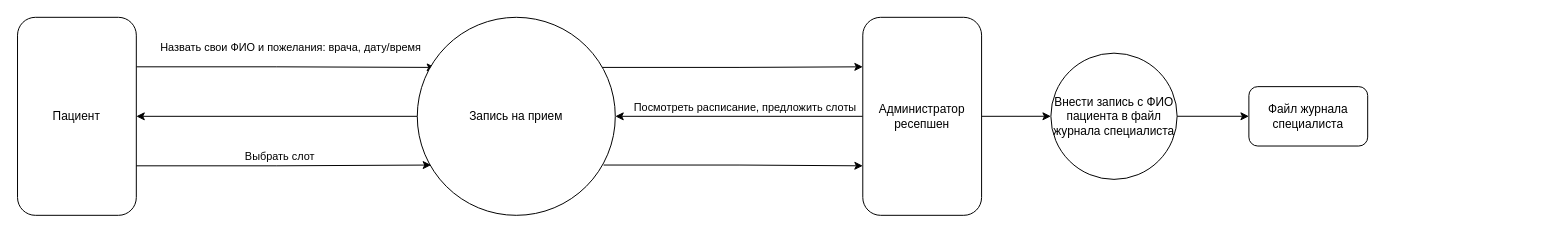
kelwar/architecture-medikamente keeps this draw.io diagram as Task1/patient_book.drawio. Above is the earlier version. Source tidied: cells renumbered, new cells numbered last; positions are measured from the earlier drawing's top-left corner, leaving out a move shared by most shapes. Both pictures are drawn from the tidied source at 99%, with x=0, y=0 at pixel (17, 17).
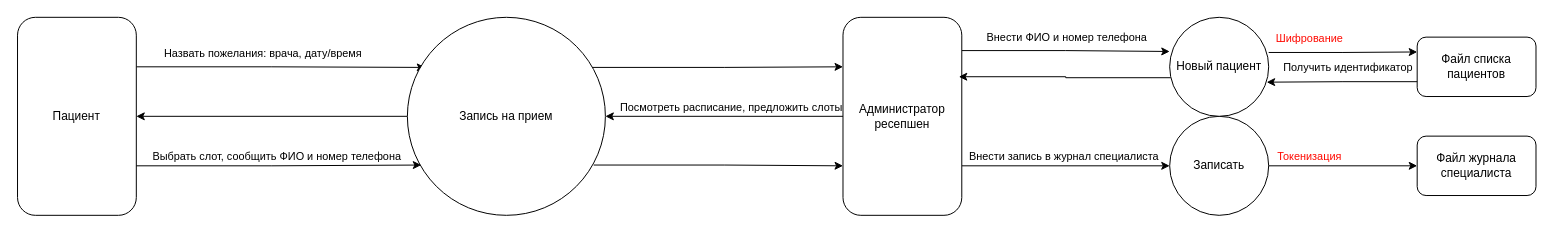
Above is the later version.

The change refers to these unchanged cells:
```xml
<mxCell id="2" style="edgeStyle=orthogonalEdgeStyle;rounded=0;jettySize=auto;html=1;exitX=1;exitY=0.25;exitDx=0;exitDy=0;entryX=0.09;entryY=0.253;entryDx=0;entryDy=0;entryPerimeter=0;" parent="1" edge="1" source="4" target="15">
  <mxGeometry relative="1" as="geometry" />
</mxCell>
<mxCell id="16" style="edgeStyle=orthogonalEdgeStyle;rounded=0;jettySize=auto;html=1;exitX=1;exitY=0.75;exitDx=0;exitDy=0;entryX=0.07;entryY=0.746;entryDx=0;entryDy=0;entryPerimeter=0;" parent="1" edge="1" source="4" target="15">
  <mxGeometry relative="1" as="geometry" />
</mxCell>
```

The edit, as a diff of the source:
```diff
@@
-    <mxCell id="3" value="Назвать свои ФИО и пожелания: врача, дату/время" style="edgeLabel;html=1;align=center;verticalAlign=middle;convertToSvg=0;" parent="2" vertex="1">
+    <mxCell id="3" value="Назвать пожелания: врача, дату/время" style="edgeLabel;html=1;align=center;verticalAlign=middle;convertToSvg=0;" parent="2" vertex="1">
       <mxGeometry x="-0.5" y="2" relative="1" as="geometry">
-        <mxPoint x="79" y="-18" as="offset" />
+        <mxPoint x="54" y="-12" as="offset" />
       </mxGeometry>
     </mxCell>
@@
-    <mxCell id="7" style="edgeStyle=orthogonalEdgeStyle;rounded=0;jettySize=auto;html=1;exitX=1;exitY=0.5;exitDx=0;exitDy=0;entryX=0;entryY=0.5;entryDx=0;entryDy=0;" parent="1" edge="1" source="8" target="10">
+    <mxCell id="7" style="edgeStyle=orthogonalEdgeStyle;rounded=0;jettySize=auto;html=1;exitX=1;exitY=0.75;exitDx=0;exitDy=0;entryX=0;entryY=0.5;entryDx=0;entryDy=0;" parent="1" edge="1" source="8" target="10">
       <mxGeometry relative="1" as="geometry" />
     </mxCell>
+    <mxCell id="18" value="Токенизация" style="edgeLabel;html=1;align=center;verticalAlign=middle;fontColor=#FF0A02;" parent="7" vertex="1">
+      <mxGeometry x="-0.67" y="3" relative="1" as="geometry">
+        <mxPoint x="315" y="-7" as="offset" />
+      </mxGeometry>
+    </mxCell>
+    <mxCell id="19" value="Внести запись в журнал специалиста" style="edgeLabel;html=1;align=center;verticalAlign=middle;" parent="7" vertex="1">
+      <mxGeometry x="-0.76" y="-1" relative="1" as="geometry">
+        <mxPoint x="77" y="-11" as="offset" />
+      </mxGeometry>
+    </mxCell>
+    <mxCell id="20" style="edgeStyle=orthogonalEdgeStyle;rounded=0;jettySize=auto;html=1;exitX=1;exitY=0.168;exitDx=0;exitDy=0;exitPerimeter=0;entryX=0;entryY=0.345;entryDx=0;entryDy=0;entryPerimeter=0;" parent="1" edge="1" source="8" target="24">
+      <mxGeometry relative="1" as="geometry" />
+    </mxCell>
+    <mxCell id="21" value="Внести ФИО и номер телефона" style="edgeLabel;html=1;align=center;verticalAlign=middle;" parent="20" vertex="1">
+      <mxGeometry x="-0.67" y="2" relative="1" as="geometry">
+        <mxPoint x="70" y="-12" as="offset" />
+      </mxGeometry>
+    </mxCell>
     <mxCell id="8" value="Администратор ресепшен" style="rounded=1;whiteSpace=wrap;html=1;" parent="1" vertex="1">
-      <mxGeometry x="854" width="120" height="200" as="geometry" />
+      <mxGeometry x="834" width="120" height="200" as="geometry" />
     </mxCell>
@@
-    <mxCell id="10" value="Внести запись с ФИО пациента в файл журнала специалиста" style="ellipse;whiteSpace=wrap;html=1;" parent="1" vertex="1">
-      <mxGeometry x="1044" y="36.2" width="127.5" height="127.5" as="geometry" />
+    <mxCell id="10" value="Записать" style="ellipse;whiteSpace=wrap;html=1;" parent="1" vertex="1">
+      <mxGeometry x="1164" y="100" width="100" height="100" as="geometry" />
     </mxCell>
     <mxCell id="11" value="Файл журнала специалиста" style="rounded=1;whiteSpace=wrap;html=1;" parent="1" vertex="1">
-      <mxGeometry x="1244" y="70" width="120" height="60" as="geometry" />
+      <mxGeometry x="1414" y="120" width="120" height="60" as="geometry" />
     </mxCell>
@@
     <mxCell id="15" value="Запись на прием" style="ellipse;whiteSpace=wrap;html=1;" parent="1" vertex="1">
-      <mxGeometry x="404" width="200" height="200" as="geometry" />
+      <mxGeometry x="394" width="200" height="200" as="geometry" />
     </mxCell>
@@
-    <mxCell id="17" value="Выбрать слот" style="edgeLabel;html=1;align=center;verticalAlign=middle;" parent="16" vertex="1">
+    <mxCell id="17" value="Выбрать слот, сообщить ФИО и номер телефона" style="edgeLabel;html=1;align=center;verticalAlign=middle;" parent="16" vertex="1">
       <mxGeometry x="-0.52" y="2" relative="1" as="geometry">
         <mxPoint x="72" y="-8" as="offset" />
       </mxGeometry>
     </mxCell>
+    <mxCell id="22" style="edgeStyle=orthogonalEdgeStyle;rounded=0;jettySize=auto;html=1;exitX=1;exitY=0.355;exitDx=0;exitDy=0;entryX=0;entryY=0.25;entryDx=0;entryDy=0;exitPerimeter=0;" parent="1" edge="1" source="24" target="25">
+      <mxGeometry relative="1" as="geometry" />
+    </mxCell>
+    <mxCell id="23" value="Шифрование" style="edgeLabel;html=1;align=center;verticalAlign=middle;fontColor=#FF0A02;" parent="22" vertex="1">
+      <mxGeometry x="-0.8" y="5" relative="1" as="geometry">
+        <mxPoint x="25" y="-10" as="offset" />
+      </mxGeometry>
+    </mxCell>
+    <mxCell id="24" value="Новый пациент" style="ellipse;whiteSpace=wrap;html=1;" parent="1" vertex="1">
+      <mxGeometry x="1164" width="100" height="100" as="geometry" />
+    </mxCell>
+    <mxCell id="25" value="Файл списка пациентов" style="rounded=1;whiteSpace=wrap;html=1;" parent="1" vertex="1">
+      <mxGeometry x="1414" y="20" width="120" height="60" as="geometry" />
+    </mxCell>
+    <mxCell id="26" style="edgeStyle=orthogonalEdgeStyle;rounded=0;jettySize=auto;html=1;exitX=0;exitY=0.75;exitDx=0;exitDy=0;entryX=0.98;entryY=0.655;entryDx=0;entryDy=0;entryPerimeter=0;" parent="1" edge="1" source="25" target="24">
+      <mxGeometry relative="1" as="geometry" />
+    </mxCell>
+    <mxCell id="27" value="Получить идентификатор" style="edgeLabel;html=1;align=center;verticalAlign=middle;" parent="26" vertex="1">
+      <mxGeometry x="-0.11" y="-2" relative="1" as="geometry">
+        <mxPoint x="-3" y="-13" as="offset" />
+      </mxGeometry>
+    </mxCell>
+    <mxCell id="28" style="edgeStyle=orthogonalEdgeStyle;rounded=0;jettySize=auto;html=1;exitX=0.01;exitY=0.61;exitDx=0;exitDy=0;entryX=0.975;entryY=0.3;entryDx=0;entryDy=0;entryPerimeter=0;exitPerimeter=0;" parent="1" edge="1" source="24" target="8">
+      <mxGeometry relative="1" as="geometry" />
+    </mxCell>
```
